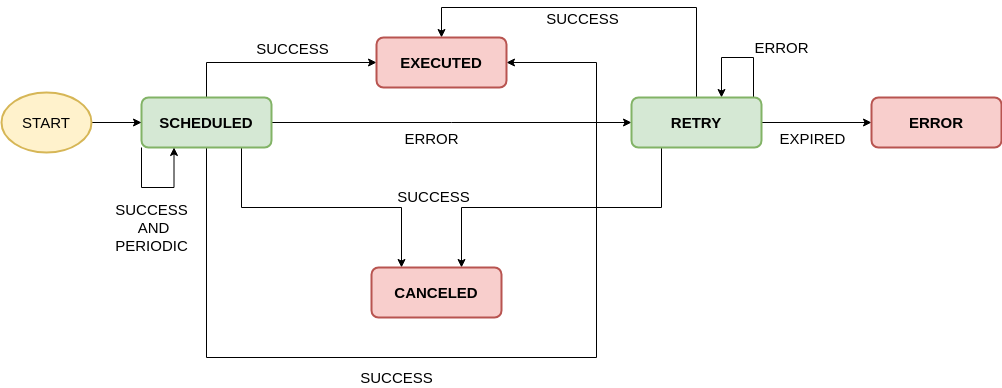
Above: _images/kogito/configuration/jobs-service-state-control.png in apache/incubator-kie-docs (draw.io), before the change. Source tidied: cells renumbered, new cells last; positions are measured from the earlier drawing's top-left corner, leaving out a move shared by most shapes. Its diagram source:
```xml
<mxGraphModel>
  <root>
    <mxCell id="0" />
    <mxCell id="1" parent="0" />
    <mxCell id="2" style="edgeStyle=orthogonalEdgeStyle;rounded=0;jettySize=auto;html=1;fontFamily=Helvetica;fontSize=15;" parent="1" edge="1" source="9" target="19">
      <mxGeometry relative="1" as="geometry">
        <Array as="points">
          <mxPoint x="205" y="55" />
        </Array>
      </mxGeometry>
    </mxCell>
    <mxCell id="3" value="SUCCESS" style="text;html=1;align=center;verticalAlign=middle;labelBackgroundColor=none;fontFamily=Helvetica;fontSize=15;" parent="2" vertex="1">
      <mxGeometry x="-0.26" y="-45" relative="1" as="geometry">
        <mxPoint x="44" y="-60" as="offset" />
      </mxGeometry>
    </mxCell>
    <mxCell id="4" style="edgeStyle=orthogonalEdgeStyle;rounded=0;jettySize=auto;html=1;fontFamily=Helvetica;fontSize=15;" parent="1" edge="1" source="9" target="16">
      <mxGeometry relative="1" as="geometry">
        <Array as="points">
          <mxPoint x="450" y="115" />
          <mxPoint x="450" y="115" />
        </Array>
      </mxGeometry>
    </mxCell>
    <mxCell id="5" value="ERROR" style="text;html=1;align=center;verticalAlign=middle;labelBackgroundColor=none;fontFamily=Helvetica;fontSize=15;" parent="4" vertex="1">
      <mxGeometry x="-0.44" y="-2" relative="1" as="geometry">
        <mxPoint x="59" y="13" as="offset" />
      </mxGeometry>
    </mxCell>
    <mxCell id="6" style="edgeStyle=orthogonalEdgeStyle;rounded=0;jettySize=auto;html=1;fontFamily=Helvetica;fontSize=15;entryX=1;entryY=0.5;entryDx=0;entryDy=0;" parent="1" edge="1" source="9" target="19">
      <mxGeometry relative="1" as="geometry">
        <Array as="points">
          <mxPoint x="205" y="350" />
          <mxPoint x="595" y="350" />
          <mxPoint x="595" y="55" />
        </Array>
      </mxGeometry>
    </mxCell>
    <mxCell id="7" value="SUCCESS" style="text;html=1;align=center;verticalAlign=middle;labelBackgroundColor=none;fontFamily=Helvetica;fontSize=15;" parent="6" vertex="1">
      <mxGeometry x="-0.15" y="144" relative="1" as="geometry">
        <mxPoint x="16" y="-18" as="offset" />
      </mxGeometry>
    </mxCell>
    <mxCell id="8" style="edgeStyle=orthogonalEdgeStyle;rounded=0;jettySize=auto;html=1;fontFamily=Helvetica;fontSize=15;" parent="1" edge="1" source="9" target="17">
      <mxGeometry relative="1" as="geometry">
        <Array as="points">
          <mxPoint x="240" y="200" />
          <mxPoint x="400" y="200" />
        </Array>
      </mxGeometry>
    </mxCell>
    <mxCell id="9" value="SCHEDULED" style="rounded=1;whiteSpace=wrap;html=1;absoluteArcSize=1;arcSize=14;strokeWidth=2;fillColor=#d5e8d4;strokeColor=#82b366;fontFamily=Helvetica;fontSize=15;fontStyle=1;" parent="1" vertex="1">
      <mxGeometry x="140" y="90" width="130" height="50" as="geometry" />
    </mxCell>
    <mxCell id="10" style="edgeStyle=orthogonalEdgeStyle;rounded=0;jettySize=auto;html=1;fontFamily=Helvetica;fontSize=15;" parent="1" edge="1" source="16" target="19">
      <mxGeometry relative="1" as="geometry">
        <Array as="points">
          <mxPoint x="695" />
          <mxPoint x="440" />
        </Array>
      </mxGeometry>
    </mxCell>
    <mxCell id="11" value="SUCCESS" style="text;html=1;align=center;verticalAlign=middle;labelBackgroundColor=none;fontFamily=Helvetica;fontSize=15;" parent="10" vertex="1">
      <mxGeometry x="0.02" y="1" relative="1" as="geometry">
        <mxPoint x="-13" y="9" as="offset" />
      </mxGeometry>
    </mxCell>
    <mxCell id="12" style="edgeStyle=orthogonalEdgeStyle;rounded=0;jettySize=auto;html=1;fontFamily=Helvetica;fontSize=15;" parent="1" edge="1" source="16" target="18">
      <mxGeometry relative="1" as="geometry" />
    </mxCell>
    <mxCell id="13" value="EXPIRED" style="text;html=1;align=center;verticalAlign=middle;labelBackgroundColor=none;fontFamily=Helvetica;fontSize=15;" parent="12" vertex="1">
      <mxGeometry x="0.25" y="2" relative="1" as="geometry">
        <mxPoint x="-19" y="17" as="offset" />
      </mxGeometry>
    </mxCell>
    <mxCell id="14" style="edgeStyle=orthogonalEdgeStyle;rounded=0;jettySize=auto;html=1;fontFamily=Helvetica;fontSize=15;" parent="1" edge="1" source="16" target="17">
      <mxGeometry relative="1" as="geometry">
        <Array as="points">
          <mxPoint x="660" y="200" />
          <mxPoint x="460" y="200" />
        </Array>
      </mxGeometry>
    </mxCell>
    <mxCell id="15" value="ERROR" style="edgeStyle=orthogonalEdgeStyle;rounded=0;orthogonalLoop=1;jettySize=auto;html=1;exitX=1;exitY=0.25;exitDx=0;exitDy=0;entryX=0.75;entryY=0;entryDx=0;entryDy=0;fontFamily=Helvetica;fontSize=15;labelBackgroundColor=none;" parent="1" edge="1">
      <mxGeometry x="-0.15" y="-30" relative="1" as="geometry">
        <mxPoint x="752" y="103" as="sourcePoint" />
        <mxPoint x="720" y="90" as="targetPoint" />
        <Array as="points">
          <mxPoint x="752" y="50" />
          <mxPoint x="720" y="50" />
        </Array>
        <mxPoint x="28" y="20" as="offset" />
      </mxGeometry>
    </mxCell>
    <mxCell id="16" value="RETRY" style="rounded=1;whiteSpace=wrap;html=1;absoluteArcSize=1;arcSize=14;strokeWidth=2;fillColor=#d5e8d4;strokeColor=#82b366;fontFamily=Helvetica;fontSize=15;fontStyle=1;" parent="1" vertex="1">
      <mxGeometry x="630" y="90" width="130" height="50" as="geometry" />
    </mxCell>
    <mxCell id="17" value="CANCELED" style="rounded=1;whiteSpace=wrap;html=1;absoluteArcSize=1;arcSize=14;strokeWidth=2;fillColor=#f8cecc;strokeColor=#b85450;fontFamily=Helvetica;fontSize=15;fontStyle=1;" parent="1" vertex="1">
      <mxGeometry x="370" y="260" width="130" height="50" as="geometry" />
    </mxCell>
    <mxCell id="18" value="ERROR" style="rounded=1;whiteSpace=wrap;html=1;absoluteArcSize=1;arcSize=14;strokeWidth=2;fillColor=#f8cecc;strokeColor=#b85450;fontFamily=Helvetica;fontSize=15;fontStyle=1;" parent="1" vertex="1">
      <mxGeometry x="870" y="90" width="130" height="50" as="geometry" />
    </mxCell>
    <mxCell id="19" value="EXECUTED" style="rounded=1;whiteSpace=wrap;html=1;absoluteArcSize=1;arcSize=14;strokeWidth=2;fillColor=#f8cecc;strokeColor=#b85450;fontFamily=Helvetica;fontSize=15;fontStyle=1;" parent="1" vertex="1">
      <mxGeometry x="375" y="30" width="130" height="50" as="geometry" />
    </mxCell>
    <mxCell id="20" style="edgeStyle=orthogonalEdgeStyle;rounded=0;jettySize=auto;html=1;fontFamily=Helvetica;fontSize=15;" parent="1" edge="1" source="21" target="9">
      <mxGeometry relative="1" as="geometry" />
    </mxCell>
    <mxCell id="21" value="START" style="strokeWidth=2;html=1;shape=mxgraph.flowchart.start_1;whiteSpace=wrap;fontFamily=Helvetica;fontSize=15;fillColor=#fff2cc;strokeColor=#d6b656;" parent="1" vertex="1">
      <mxGeometry y="85" width="90" height="60" as="geometry" />
    </mxCell>
    <mxCell id="22" value="&lt;font style=&quot;font-size: 15px&quot;&gt;SUCCESS&lt;br&gt;&amp;nbsp;AND&lt;br&gt;PERIODIC&lt;/font&gt;" style="edgeStyle=orthogonalEdgeStyle;rounded=0;orthogonalLoop=1;jettySize=auto;html=1;exitX=0;exitY=1;exitDx=0;exitDy=0;entryX=0.25;entryY=1;entryDx=0;entryDy=0;" parent="1" edge="1" source="9" target="9">
      <mxGeometry x="-0.29" y="41" relative="1" as="geometry">
        <Array as="points">
          <mxPoint x="140" y="180" />
          <mxPoint x="173" y="180" />
        </Array>
        <mxPoint x="10" y="81" as="offset" />
      </mxGeometry>
    </mxCell>
    <mxCell id="23" value="SUCCESS" style="text;html=1;align=center;verticalAlign=middle;fontSize=15;" parent="1" vertex="1">
      <mxGeometry x="350" y="360" width="90" height="20" as="geometry" />
    </mxCell>
  </root>
</mxGraphModel>
```
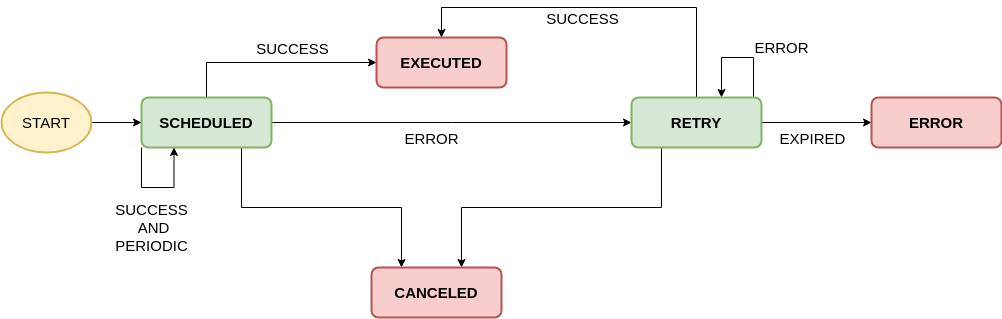
The same diagram one commit later.

Commit message:
Fix jobs-service-state-control.png removing a wrong connector

Diff of the diagram source:
```diff
@@ -27,20 +27,6 @@
         <mxPoint x="59" y="13" as="offset" />
       </mxGeometry>
     </mxCell>
-    <mxCell id="6" style="edgeStyle=orthogonalEdgeStyle;rounded=0;jettySize=auto;html=1;fontFamily=Helvetica;fontSize=15;entryX=1;entryY=0.5;entryDx=0;entryDy=0;" parent="1" edge="1" source="9" target="19">
-      <mxGeometry relative="1" as="geometry">
-        <Array as="points">
-          <mxPoint x="205" y="350" />
-          <mxPoint x="595" y="350" />
-          <mxPoint x="595" y="55" />
-        </Array>
-      </mxGeometry>
-    </mxCell>
-    <mxCell id="7" value="SUCCESS" style="text;html=1;align=center;verticalAlign=middle;labelBackgroundColor=none;fontFamily=Helvetica;fontSize=15;" parent="6" vertex="1">
-      <mxGeometry x="-0.15" y="144" relative="1" as="geometry">
-        <mxPoint x="16" y="-18" as="offset" />
-      </mxGeometry>
-    </mxCell>
     <mxCell id="8" style="edgeStyle=orthogonalEdgeStyle;rounded=0;jettySize=auto;html=1;fontFamily=Helvetica;fontSize=15;" parent="1" edge="1" source="9" target="17">
       <mxGeometry relative="1" as="geometry">
         <Array as="points">
@@ -119,8 +105,5 @@
         <mxPoint x="10" y="81" as="offset" />
       </mxGeometry>
     </mxCell>
-    <mxCell id="23" value="SUCCESS" style="text;html=1;align=center;verticalAlign=middle;fontSize=15;" parent="1" vertex="1">
-      <mxGeometry x="350" y="360" width="90" height="20" as="geometry" />
-    </mxCell>
   </root>
 </mxGraphModel>
```
